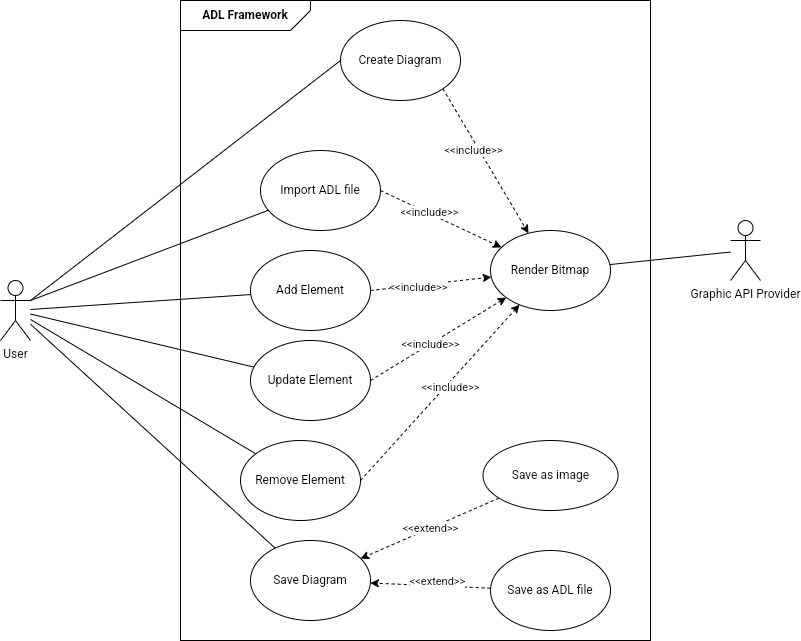
Earlier version of the draw.io export img/UseCase.drawio.png (phunm211/SW-Associate-Architecture). Source tidied: cells renumbered, new cells last; positions are measured from the earlier drawing's top-left corner, leaving out a move shared by most shapes.
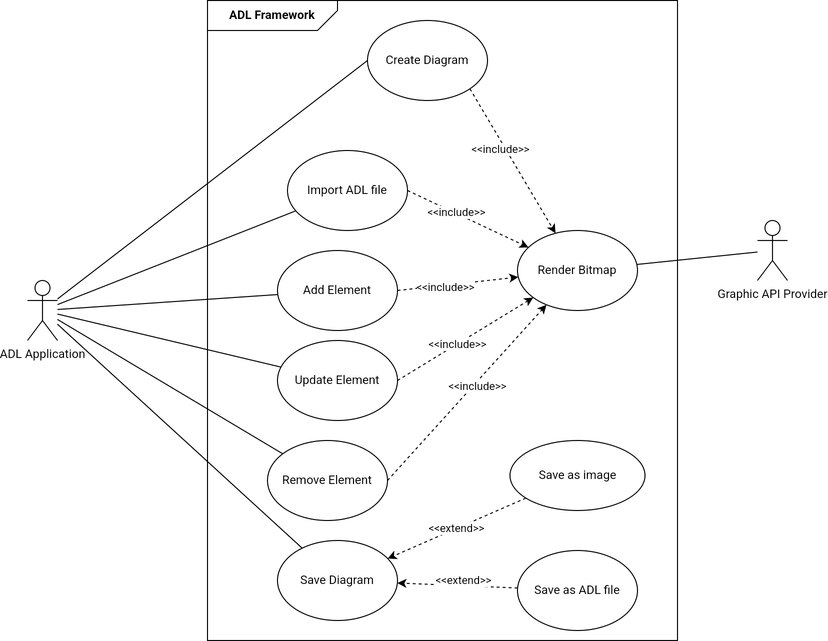
The same file after the commit.

Change to the diagram source:
```diff
@@ -5,10 +5,10 @@
     <mxCell id="2" style="rounded=0;whiteSpace=wrap;html=1;" parent="1" vertex="1">
       <mxGeometry x="180" y="50" width="470" height="640" as="geometry" />
     </mxCell>
-    <mxCell id="3" style="rounded=0;jettySize=auto;html=1;exitX=1;exitY=0.3333333333333333;exitDx=0;exitDy=0;exitPerimeter=0;entryX=0;entryY=0.5;entryDx=0;entryDy=0;endArrow=none;endFill=0;" parent="1" edge="1" source="9" target="13">
+    <mxCell id="3" style="rounded=0;jettySize=auto;html=1;entryX=0;entryY=0.5;entryDx=0;entryDy=0;endArrow=none;endFill=0;" parent="1" edge="1" source="9" target="13">
       <mxGeometry relative="1" as="geometry" />
     </mxCell>
-    <mxCell id="4" style="rounded=0;jettySize=auto;html=1;strokeColor=default;exitX=1;exitY=0.3333333333333333;exitDx=0;exitDy=0;exitPerimeter=0;endArrow=none;endFill=0;" parent="1" edge="1" source="9" target="16">
+    <mxCell id="4" style="rounded=0;jettySize=auto;html=1;strokeColor=default;endArrow=none;endFill=0;" parent="1" edge="1" source="9" target="16">
       <mxGeometry relative="1" as="geometry" />
     </mxCell>
     <mxCell id="5" style="rounded=0;jettySize=auto;html=1;endArrow=none;endFill=0;" parent="1" edge="1" source="9" target="19">
@@ -23,7 +23,7 @@
     <mxCell id="8" style="rounded=0;jettySize=auto;html=1;endArrow=none;endFill=0;" parent="1" edge="1" source="9" target="26">
       <mxGeometry relative="1" as="geometry" />
     </mxCell>
-    <mxCell id="9" value="User" style="shape=umlActor;verticalLabelPosition=bottom;verticalAlign=top;html=1;" parent="1" vertex="1">
+    <mxCell id="9" value="ADL Application" style="shape=umlActor;verticalLabelPosition=bottom;verticalAlign=top;html=1;" parent="1" vertex="1">
       <mxGeometry y="330" width="30" height="60" as="geometry" />
     </mxCell>
     <mxCell id="10" value="&lt;b&gt;ADL Framework&lt;/b&gt;" style="shape=card;whiteSpace=wrap;html=1;rotation=90;flipV=0;flipH=1;horizontal=0;size=20;" parent="1" vertex="1">
```
